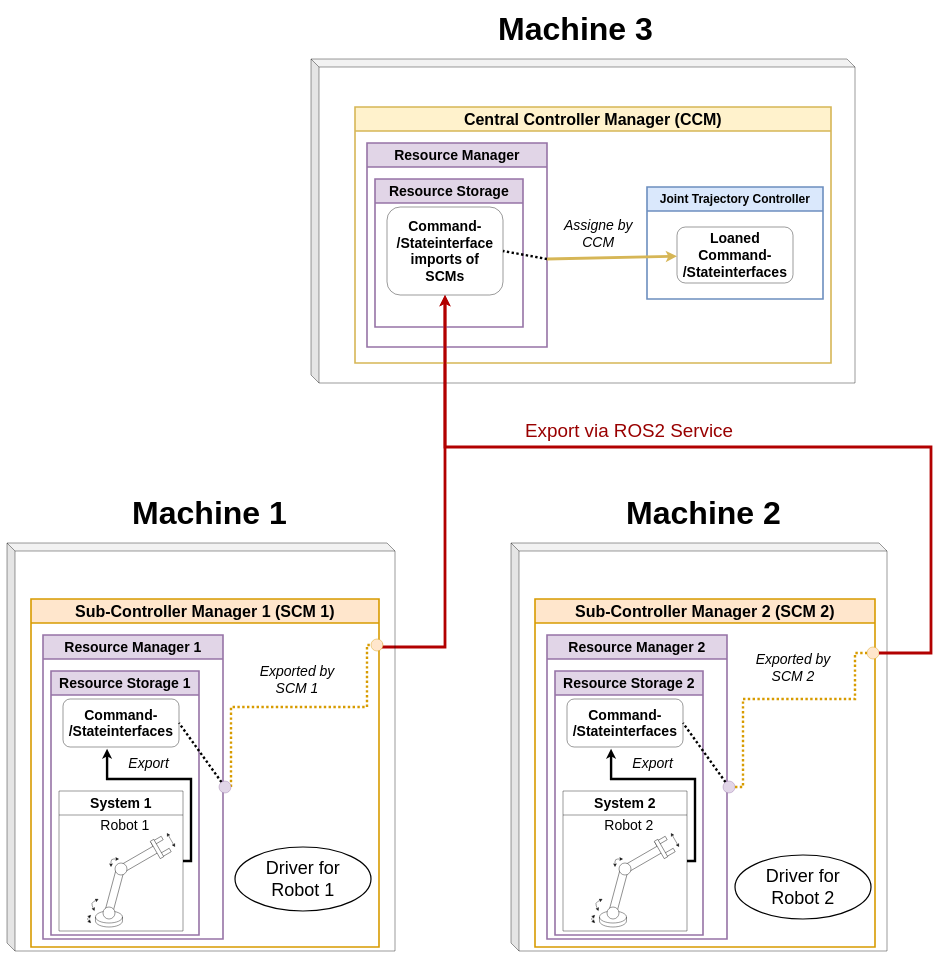
mamueluth/master_arbeit keeps this draw.io diagram as Figures/c6/test_scenario_1.drawio. Above is the earlier version. Source tidied: cells renumbered, new cells numbered last; positions are measured from the earlier drawing's top-left corner, leaving out a move shared by most shapes. Both pictures are drawn from the tidied source at 40%, with x=0, y=0 at pixel (7, 7).
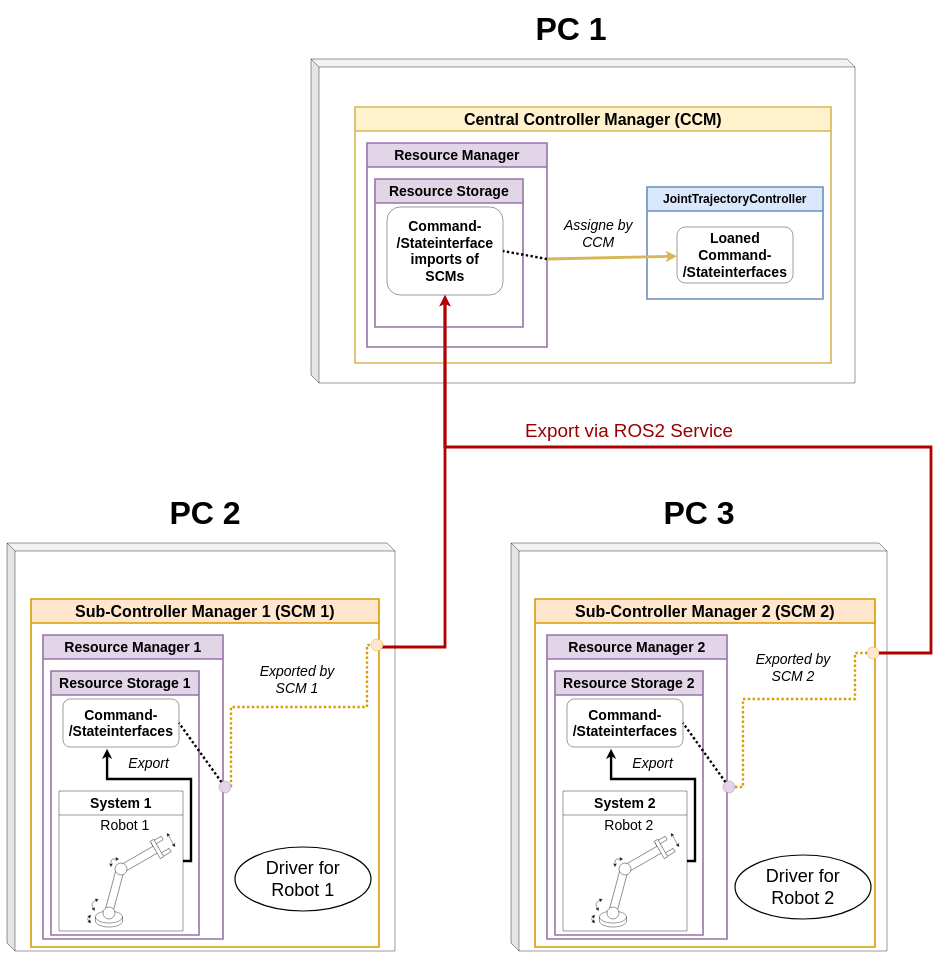
After the change.

The change refers to these unchanged cells:
```xml
<mxCell id="31" value="&lt;font style=&quot;font-size: 40px;&quot;&gt;Central Controller Manager (CCM)&lt;br&gt;&lt;/font&gt;" style="swimlane;whiteSpace=wrap;html=1;startSize=60;strokeWidth=4;fillColor=#fff2cc;strokeColor=#d6b656;" parent="1" vertex="1">
  <mxGeometry x="870" y="250" width="1190" height="640" as="geometry" />
</mxCell>
```

The edit, as a diff of the source:
```diff
@@
-    <mxCell id="32" value="&lt;font style=&quot;font-size: 30px;&quot;&gt;Joint Trajectory Controller&lt;br&gt;&lt;/font&gt;" style="swimlane;whiteSpace=wrap;html=1;startSize=60;strokeWidth=4;fillColor=#dae8fc;strokeColor=#6c8ebf;" parent="31" vertex="1">
+    <mxCell id="32" value="&lt;font style=&quot;font-size: 30px;&quot;&gt;JointTrajectoryController&lt;br&gt;&lt;/font&gt;" style="swimlane;whiteSpace=wrap;html=1;startSize=60;strokeWidth=4;fillColor=#dae8fc;strokeColor=#6c8ebf;" parent="31" vertex="1">
       <mxGeometry x="730" y="200" width="440" height="280" as="geometry" />
     </mxCell>
@@
-    <mxCell id="39" value="&lt;b&gt;&lt;font style=&quot;font-size: 80px;&quot;&gt;&amp;nbsp;Machine 1&lt;br&gt;&lt;/font&gt;&lt;/b&gt;" style="text;html=1;align=center;verticalAlign=middle;strokeColor=none;fillColor=none;" parent="1" vertex="1">
-      <mxGeometry x="280" y="1210" width="430" height="110" as="geometry" />
+    <mxCell id="39" value="&lt;b&gt;&lt;font style=&quot;font-size: 80px;&quot;&gt;PC 2&lt;br&gt;&lt;/font&gt;&lt;/b&gt;" style="text;html=1;align=center;verticalAlign=middle;strokeColor=none;fillColor=none;" parent="1" vertex="1">
+      <mxGeometry x="395" y="1210" width="200" height="110" as="geometry" />
     </mxCell>
-    <mxCell id="40" value="&lt;b&gt;&lt;font style=&quot;font-size: 80px;&quot;&gt;&amp;nbsp;Machine 2&lt;br&gt;&lt;/font&gt;&lt;/b&gt;" style="text;html=1;align=center;verticalAlign=middle;strokeColor=none;fillColor=none;" parent="1" vertex="1">
-      <mxGeometry x="1515" y="1210" width="430" height="110" as="geometry" />
+    <mxCell id="40" value="&lt;b&gt;&lt;font style=&quot;font-size: 80px;&quot;&gt;PC 3&lt;br&gt;&lt;/font&gt;&lt;/b&gt;" style="text;html=1;align=center;verticalAlign=middle;strokeColor=none;fillColor=none;" parent="1" vertex="1">
+      <mxGeometry x="1630" y="1210" width="200" height="110" as="geometry" />
     </mxCell>
-    <mxCell id="41" value="&lt;b&gt;&lt;font style=&quot;font-size: 80px;&quot;&gt;&amp;nbsp;Machine 3&lt;br&gt;&lt;/font&gt;&lt;/b&gt;" style="text;html=1;align=center;verticalAlign=middle;strokeColor=none;fillColor=none;" parent="1" vertex="1">
-      <mxGeometry x="1195" width="430" height="110" as="geometry" />
+    <mxCell id="41" value="&lt;b&gt;&lt;font style=&quot;font-size: 80px;&quot;&gt;PC 1&lt;br&gt;&lt;/font&gt;&lt;/b&gt;" style="text;html=1;align=center;verticalAlign=middle;strokeColor=none;fillColor=none;" parent="1" vertex="1">
+      <mxGeometry x="1310" width="200" height="110" as="geometry" />
     </mxCell>
```
